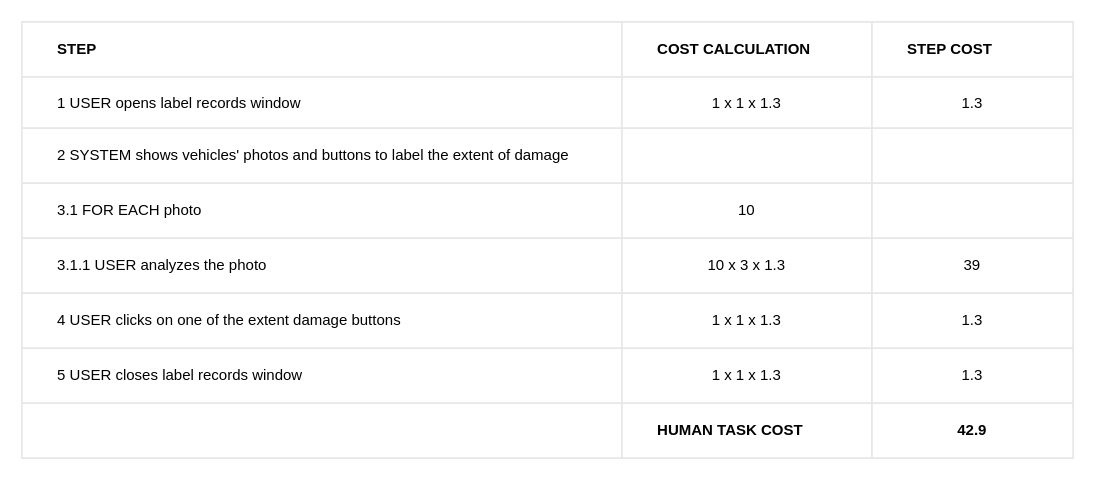
Earlier version of the draw.io diagram label records (Bello)/label_records_table.drawio (BaffoBello14/AutomaticDamagesRecognition). Source tidied: cells renumbered, new cells numbered last; positions are measured from the earlier drawing's top-left corner, leaving out a move shared by most shapes. Both pictures are drawn from the tidied source at 125%, with x=0, y=0 at pixel (21, 21).
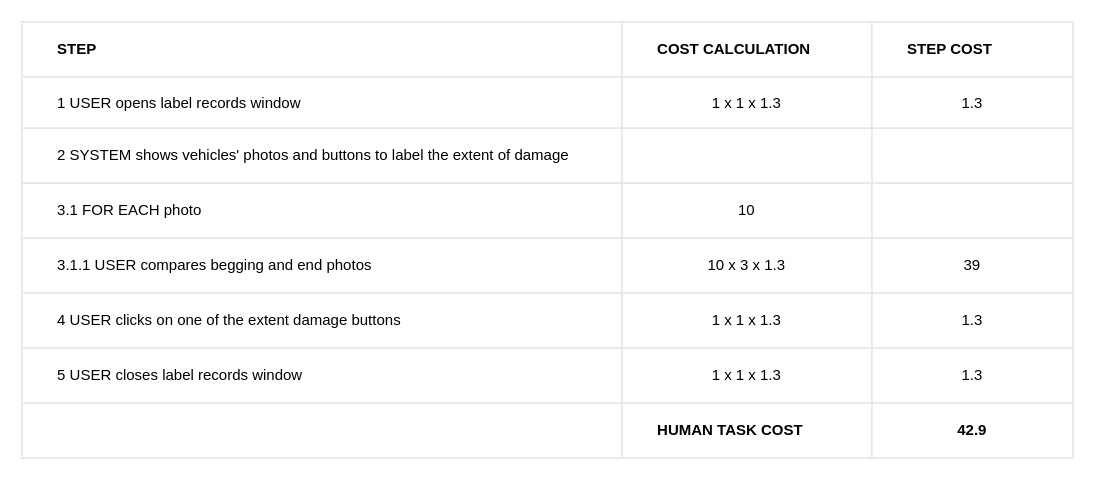
The same diagram, later.

Commit message:
Update label_records_table.drawio with new USER instruction

The change refers to these unchanged cells:
```xml
<mxCell id="19" style="shape=tableRow;horizontal=0;startSize=0;swimlaneHead=0;swimlaneBody=0;top=0;left=0;bottom=0;right=0;fontStyle=0;fillColor=none;strokeColor=inherit;" parent="2" vertex="1">
  <mxGeometry y="173" width="841" height="44" as="geometry" />
</mxCell>
```

The edit, as a diff of the source:
```diff
@@
-    <mxCell id="20" value="&lt;span style=&quot;&quot;&gt;&#9;&lt;/span&gt;&lt;span style=&quot;white-space: pre;&quot;&gt;&#9;&lt;/span&gt;3.1.1 USER analyzes the photo" style="strokeColor=inherit;fillColor=none;align=left;whiteSpace=wrap;html=1;" parent="19" vertex="1">
+    <mxCell id="20" value="&lt;span style=&quot;&quot;&gt;&#9;&lt;/span&gt;&lt;span style=&quot;white-space: pre;&quot;&gt;&#9;&lt;/span&gt;3.1.1 USER compares begging and end photos" style="strokeColor=inherit;fillColor=none;align=left;whiteSpace=wrap;html=1;" parent="19" vertex="1">
       <mxGeometry width="480" height="44" as="geometry" />
     </mxCell>
```
